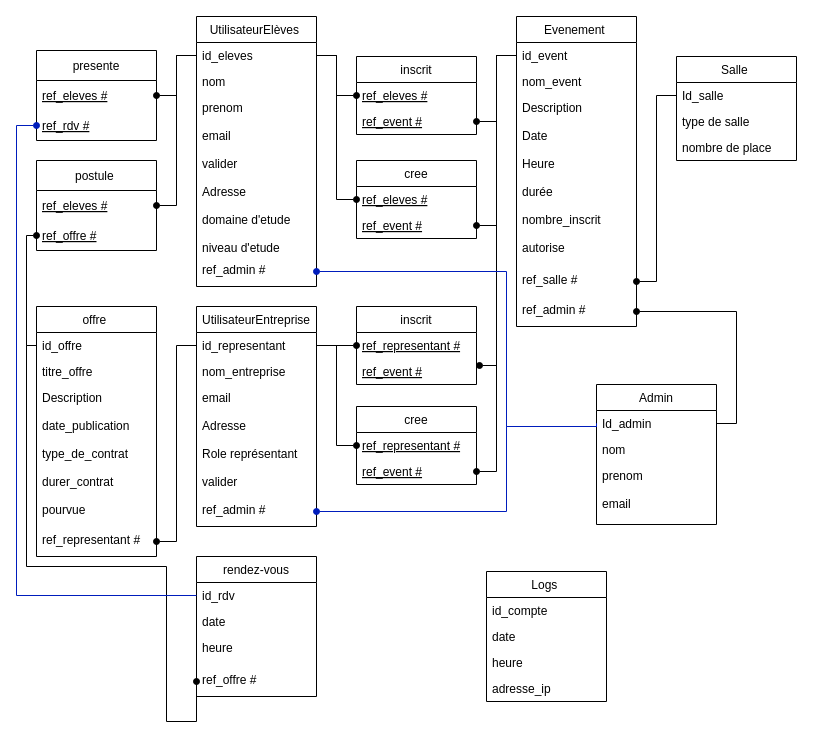
This is basse de données/mld lprs.drawio from ArnaudLouisy/Projet_lprs, a draw.io file, before an edit. Source tidied: cells renumbered, new cells numbered last; positions are measured from the earlier drawing's top-left corner, leaving out a move shared by most shapes. Both pictures are drawn from the tidied source at 100%, with x=0, y=0 at pixel (26, 16).
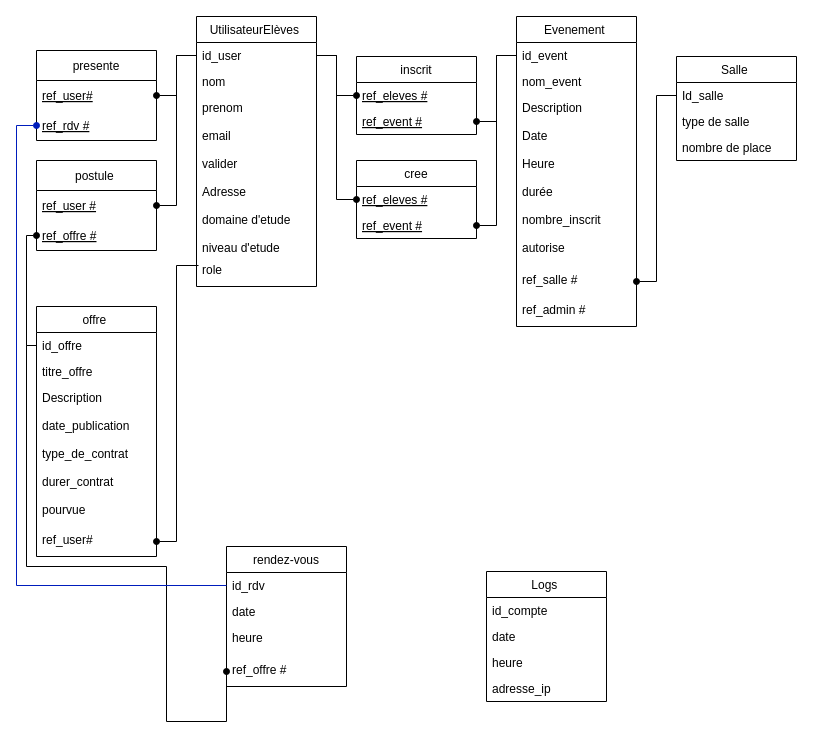
The same page after the edit.

The change refers to these unchanged cells:
```xml
<mxCell id="2" value="UtilisateurElèves " style="swimlane;fontStyle=0;horizontal=1;startSize=26;fillColor=none;" parent="1" vertex="1">
  <mxGeometry x="170" width="120" height="270" as="geometry" />
</mxCell>
<mxCell id="11" value="id_event " style="text;strokeColor=none;fillColor=none;align=left;verticalAlign=top;spacingLeft=4;spacingRight=4;overflow=hidden;points=[[0,0.5],[1,0.5]];portConstraint=eastwest;" parent="10" vertex="1">
  <mxGeometry y="26" width="120" height="26" as="geometry" />
</mxCell>
<mxCell id="15" value="ref_admin #" style="text;strokeColor=none;fillColor=none;align=left;verticalAlign=top;spacingLeft=4;spacingRight=4;overflow=hidden;points=[[0,0.5],[1,0.5]];portConstraint=eastwest;" parent="10" vertex="1">
  <mxGeometry y="280" width="120" height="30" as="geometry" />
</mxCell>
<mxCell id="41" value="offre " style="swimlane;fontStyle=0;horizontal=1;startSize=26;fillColor=none;" parent="1" vertex="1">
  <mxGeometry x="10" y="290" width="120" height="250" as="geometry" />
</mxCell>
<mxCell id="49" value="postule " style="swimlane;fontStyle=0;horizontal=1;startSize=30;" parent="1" vertex="1">
  <mxGeometry x="10" y="144" width="120" height="90" as="geometry" />
</mxCell>
<mxCell id="60" value="presente" style="swimlane;fontStyle=0;horizontal=1;startSize=30;" parent="1" vertex="1">
  <mxGeometry x="10" y="34" width="120" height="90" as="geometry" />
</mxCell>
```

Change to the diagram source:
```diff
@@
-    <mxCell id="3" value="id_eleves" style="text;strokeColor=none;fillColor=none;align=left;verticalAlign=top;spacingLeft=4;spacingRight=4;overflow=hidden;points=[[0,0.5],[1,0.5]];portConstraint=eastwest;" parent="2" vertex="1">
+    <mxCell id="3" value="id_user" style="text;strokeColor=none;fillColor=none;align=left;verticalAlign=top;spacingLeft=4;spacingRight=4;overflow=hidden;points=[[0,0.5],[1,0.5]];portConstraint=eastwest;" parent="2" vertex="1">
       <mxGeometry y="26" width="120" height="26" as="geometry" />
     </mxCell>
@@
-    <mxCell id="6" value="ref_admin #" style="text;strokeColor=none;fillColor=none;align=left;verticalAlign=top;spacingLeft=4;spacingRight=4;overflow=hidden;points=[[0,0.5],[1,0.5]];portConstraint=eastwest;" parent="2" vertex="1">
+    <mxCell id="6" value="role " style="text;strokeColor=none;fillColor=none;align=left;verticalAlign=top;spacingLeft=4;spacingRight=4;overflow=hidden;points=[[0,0.5],[1,0.5]];portConstraint=eastwest;" parent="2" vertex="1">
       <mxGeometry y="240" width="120" height="30" as="geometry" />
     </mxCell>
@@
-    <mxCell id="22" style="edgeStyle=orthogonalEdgeStyle;rounded=0;jettySize=auto;html=1;endArrow=oval;endFill=1;entryX=1;entryY=0.5;entryDx=0;entryDy=0;" parent="1" edge="1" source="11" target="38">
-      <mxGeometry relative="1" as="geometry" />
-    </mxCell>
@@
-    <mxCell id="28" value="UtilisateurEntreprise" style="swimlane;fontStyle=0;horizontal=1;startSize=26;fillColor=none;" parent="1" vertex="1">
-      <mxGeometry x="170" y="290" width="120" height="220" as="geometry" />
-    </mxCell>
-    <mxCell id="29" value="id_representant " style="text;strokeColor=none;fillColor=none;align=left;verticalAlign=top;spacingLeft=4;spacingRight=4;overflow=hidden;points=[[0,0.5],[1,0.5]];portConstraint=eastwest;" parent="28" vertex="1">
-      <mxGeometry y="26" width="120" height="26" as="geometry" />
-    </mxCell>
-    <mxCell id="30" value="nom_entreprise &#10;" style="text;strokeColor=none;fillColor=none;align=left;verticalAlign=top;spacingLeft=4;spacingRight=4;overflow=hidden;" parent="28" vertex="1">
-      <mxGeometry y="52" width="120" height="26" as="geometry" />
-    </mxCell>
-    <mxCell id="31" value="email &#10;&#10;Adresse &#10;&#10;Role représentant &#10;&#10;valider " style="text;strokeColor=none;fillColor=none;align=left;verticalAlign=top;spacingLeft=4;spacingRight=4;overflow=hidden;" parent="28" vertex="1">
-      <mxGeometry y="78" width="120" height="112" as="geometry" />
-    </mxCell>
-    <mxCell id="32" value="ref_admin #" style="text;strokeColor=none;fillColor=none;align=left;verticalAlign=top;spacingLeft=4;spacingRight=4;overflow=hidden;points=[[0,0.5],[1,0.5]];portConstraint=eastwest;" parent="28" vertex="1">
-      <mxGeometry y="190" width="120" height="30" as="geometry" />
-    </mxCell>
-    <mxCell id="33" value="inscrit" style="swimlane;fontStyle=0;horizontal=1;startSize=26;fillColor=none;" parent="1" vertex="1">
-      <mxGeometry x="330" y="290" width="120" height="78" as="geometry" />
-    </mxCell>
-    <mxCell id="34" value="ref_representant #" style="text;strokeColor=none;fillColor=none;align=left;verticalAlign=top;spacingLeft=4;spacingRight=4;overflow=hidden;points=[[0,0.5],[1,0.5]];portConstraint=eastwest;fontStyle=4;" parent="33" vertex="1">
-      <mxGeometry y="26" width="120" height="26" as="geometry" />
-    </mxCell>
-    <mxCell id="35" value="ref_event #" style="text;strokeColor=none;fillColor=none;align=left;verticalAlign=top;spacingLeft=4;spacingRight=4;overflow=hidden;points=[[0,0.5],[1,0.5]];portConstraint=eastwest;fontStyle=4;" parent="33" vertex="1">
-      <mxGeometry y="52" width="120" height="26" as="geometry" />
-    </mxCell>
-    <mxCell id="36" value="cree" style="swimlane;fontStyle=0;horizontal=1;startSize=26;fillColor=none;" parent="1" vertex="1">
-      <mxGeometry x="330" y="390" width="120" height="78" as="geometry" />
-    </mxCell>
-    <mxCell id="37" value="ref_representant #" style="text;strokeColor=none;fillColor=none;align=left;verticalAlign=top;spacingLeft=4;spacingRight=4;overflow=hidden;points=[[0,0.5],[1,0.5]];portConstraint=eastwest;fontStyle=4;" parent="36" vertex="1">
-      <mxGeometry y="26" width="120" height="26" as="geometry" />
-    </mxCell>
-    <mxCell id="38" value="ref_event #" style="text;strokeColor=none;fillColor=none;align=left;verticalAlign=top;spacingLeft=4;spacingRight=4;overflow=hidden;points=[[0,0.5],[1,0.5]];portConstraint=eastwest;fontStyle=4;" parent="36" vertex="1">
-      <mxGeometry y="52" width="120" height="26" as="geometry" />
-    </mxCell>
-    <mxCell id="39" style="edgeStyle=orthogonalEdgeStyle;rounded=0;jettySize=auto;html=1;startArrow=none;startFill=0;endArrow=oval;endFill=1;entryX=1.025;entryY=0.269;entryDx=0;entryDy=0;entryPerimeter=0;" parent="1" edge="1" source="11" target="35">
-      <mxGeometry relative="1" as="geometry" />
-    </mxCell>
@@
-    <mxCell id="45" value="ref_representant #" style="text;strokeColor=none;fillColor=none;align=left;verticalAlign=top;spacingLeft=4;spacingRight=4;overflow=hidden;points=[[0,0.5],[1,0.5]];portConstraint=eastwest;" parent="41" vertex="1">
+    <mxCell id="45" value="ref_user#" style="text;strokeColor=none;fillColor=none;align=left;verticalAlign=top;spacingLeft=4;spacingRight=4;overflow=hidden;points=[[0,0.5],[1,0.5]];portConstraint=eastwest;" parent="41" vertex="1">
       <mxGeometry y="220" width="120" height="30" as="geometry" />
     </mxCell>
-    <mxCell id="46" style="edgeStyle=orthogonalEdgeStyle;rounded=0;jettySize=auto;html=1;startArrow=none;startFill=0;endArrow=oval;endFill=1;entryX=0;entryY=0.5;entryDx=0;entryDy=0;" parent="1" edge="1" source="29" target="37">
-      <mxGeometry relative="1" as="geometry" />
-    </mxCell>
-    <mxCell id="47" style="edgeStyle=orthogonalEdgeStyle;rounded=0;jettySize=auto;html=1;startArrow=none;startFill=0;endArrow=oval;endFill=1;" parent="1" edge="1" source="29" target="34">
-      <mxGeometry relative="1" as="geometry" />
-    </mxCell>
-    <mxCell id="48" style="edgeStyle=orthogonalEdgeStyle;rounded=0;jettySize=auto;html=1;startArrow=none;startFill=0;endArrow=oval;endFill=1;entryX=1;entryY=0.5;entryDx=0;entryDy=0;" parent="1" edge="1" source="29" target="45">
+    <mxCell id="48" style="edgeStyle=orthogonalEdgeStyle;rounded=0;jettySize=auto;html=1;startArrow=none;startFill=0;endArrow=oval;endFill=1;entryX=1;entryY=0.5;entryDx=0;entryDy=0;exitX=0.017;exitY=0.3;exitDx=0;exitDy=0;exitPerimeter=0;" parent="1" edge="1" source="6" target="45">
       <mxGeometry relative="1" as="geometry" />
     </mxCell>
@@
-    <mxCell id="50" value="ref_eleves #" style="text;strokeColor=none;fillColor=none;align=left;verticalAlign=middle;spacingLeft=4;spacingRight=4;overflow=hidden;points=[[0,0.5],[1,0.5]];portConstraint=eastwest;fontStyle=4;" parent="49" vertex="1">
+    <mxCell id="50" value="ref_user #" style="text;strokeColor=none;fillColor=none;align=left;verticalAlign=middle;spacingLeft=4;spacingRight=4;overflow=hidden;points=[[0,0.5],[1,0.5]];portConstraint=eastwest;fontStyle=4;" parent="49" vertex="1">
       <mxGeometry y="30" width="120" height="30" as="geometry" />
     </mxCell>
@@
     <mxCell id="54" value="rendez-vous" style="swimlane;fontStyle=0;horizontal=1;startSize=26;fillColor=none;" parent="1" vertex="1">
-      <mxGeometry x="170" y="540" width="120" height="140" as="geometry" />
+      <mxGeometry x="200" y="530" width="120" height="140" as="geometry" />
     </mxCell>
@@
-    <mxCell id="61" value="ref_eleves #" style="text;strokeColor=none;fillColor=none;align=left;verticalAlign=middle;spacingLeft=4;spacingRight=4;overflow=hidden;points=[[0,0.5],[1,0.5]];portConstraint=eastwest;fontStyle=4;" parent="60" vertex="1">
+    <mxCell id="61" value="ref_user#" style="text;strokeColor=none;fillColor=none;align=left;verticalAlign=middle;spacingLeft=4;spacingRight=4;overflow=hidden;points=[[0,0.5],[1,0.5]];portConstraint=eastwest;fontStyle=4;" parent="60" vertex="1">
       <mxGeometry y="30" width="120" height="30" as="geometry" />
     </mxCell>
@@
-    <mxCell id="65" value="Admin" style="swimlane;fontStyle=0;horizontal=1;startSize=26;fillColor=none;" parent="1" vertex="1">
-      <mxGeometry x="570" y="368" width="120" height="140" as="geometry" />
-    </mxCell>
-    <mxCell id="66" value="Id_admin" style="text;strokeColor=none;fillColor=none;align=left;verticalAlign=top;spacingLeft=4;spacingRight=4;overflow=hidden;points=[[0,0.5],[1,0.5]];portConstraint=eastwest;" parent="65" vertex="1">
-      <mxGeometry y="26" width="120" height="26" as="geometry" />
-    </mxCell>
-    <mxCell id="67" value="nom&#10;" style="text;strokeColor=none;fillColor=none;align=left;verticalAlign=top;spacingLeft=4;spacingRight=4;overflow=hidden;" parent="65" vertex="1">
-      <mxGeometry y="52" width="120" height="26" as="geometry" />
-    </mxCell>
-    <mxCell id="68" value="prenom&#10;&#10;email" style="text;strokeColor=none;fillColor=none;align=left;verticalAlign=top;spacingLeft=4;spacingRight=4;overflow=hidden;" parent="65" vertex="1">
-      <mxGeometry y="78" width="120" height="62" as="geometry" />
-    </mxCell>
-    <mxCell id="69" style="edgeStyle=orthogonalEdgeStyle;rounded=0;jettySize=auto;html=1;startArrow=none;startFill=0;endArrow=oval;endFill=1;entryX=1;entryY=0.5;entryDx=0;entryDy=0;exitX=1;exitY=0.5;exitDx=0;exitDy=0;" parent="1" edge="1" source="66" target="15">
-      <mxGeometry relative="1" as="geometry" />
-    </mxCell>
-    <mxCell id="70" style="edgeStyle=orthogonalEdgeStyle;rounded=0;jettySize=auto;html=1;entryX=1;entryY=0.5;entryDx=0;entryDy=0;fillColor=#0050ef;strokeColor=#001DBC;endArrow=oval;endFill=1;exitX=0;exitY=0.5;exitDx=0;exitDy=0;" parent="1" edge="1" source="66" target="6">
-      <mxGeometry relative="1" as="geometry">
-        <Array as="points">
-          <mxPoint x="570" y="410" />
-          <mxPoint x="480" y="410" />
-          <mxPoint x="480" y="255" />
-        </Array>
-      </mxGeometry>
-    </mxCell>
-    <mxCell id="71" style="edgeStyle=orthogonalEdgeStyle;rounded=0;jettySize=auto;html=1;entryX=1;entryY=0.5;entryDx=0;entryDy=0;fillColor=#0050ef;strokeColor=#001DBC;endArrow=oval;endFill=1;exitX=0;exitY=0.5;exitDx=0;exitDy=0;" parent="1" edge="1" source="66" target="32">
-      <mxGeometry relative="1" as="geometry">
-        <Array as="points">
-          <mxPoint x="570" y="410" />
-          <mxPoint x="480" y="410" />
-          <mxPoint x="480" y="495" />
-        </Array>
-      </mxGeometry>
-    </mxCell>
```
